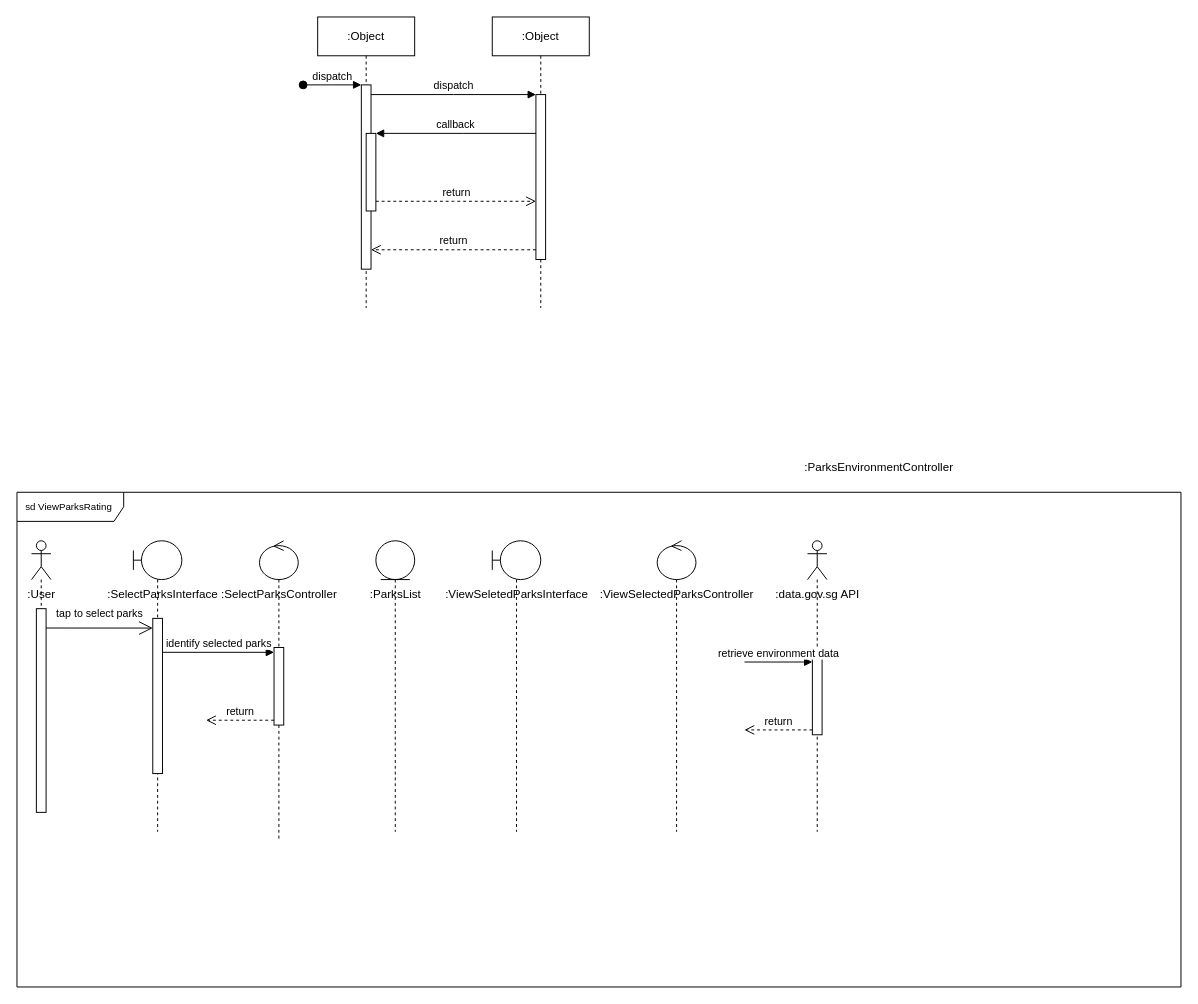
Before: sequence.drawio in tetsuri2000/sequence-diagram-temp, a draw.io diagram. Source tidied: cells renumbered, new cells numbered last; positions are measured from the earlier drawing's top-left corner, leaving out a move shared by most shapes. Both pictures are drawn from the tidied source at 97%, with x=0, y=0 at pixel (16, 16).
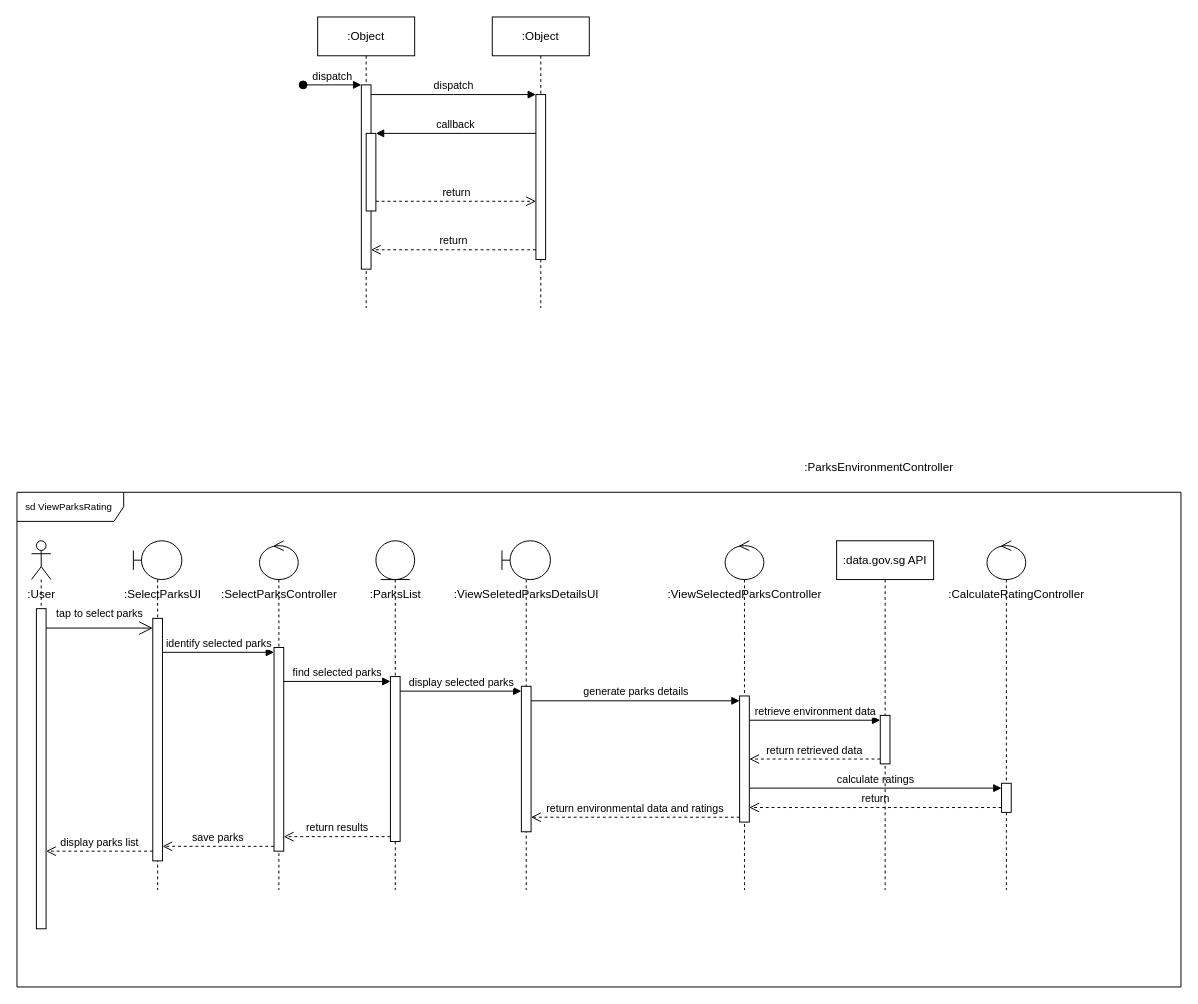
The same page after the edit.

The edit, as a diff of the source:
```diff
@@
     <mxCell id="13" style="shape=umlLifeline;perimeter=lifelinePerimeter;whiteSpace=wrap;html=1;newEdgeStyle={&quot;curved&quot;:0,&quot;rounded&quot;:0};participant=umlActor;" parent="1" vertex="1">
-      <mxGeometry x="15" y="540" width="20" height="280" as="geometry" />
+      <mxGeometry x="15" y="540" width="20" height="400" as="geometry" />
     </mxCell>
     <mxCell id="14" style="html=1;points=[[0,0,0,0,5],[0,1,0,0,-5],[1,0,0,0,5],[1,1,0,0,-5]];perimeter=orthogonalPerimeter;outlineConnect=0;targetShapes=umlLifeline;portConstraint=eastwest;newEdgeStyle={&quot;curved&quot;:0,&quot;rounded&quot;:0};" parent="13" vertex="1">
-      <mxGeometry x="5" y="70" width="10" height="210" as="geometry" />
+      <mxGeometry x="5" y="70" width="10" height="330" as="geometry" />
     </mxCell>
     <mxCell id="15" style="shape=umlLifeline;perimeter=lifelinePerimeter;whiteSpace=wrap;html=1;newEdgeStyle={&quot;curved&quot;:0,&quot;rounded&quot;:0};participant=umlBoundary;" parent="1" vertex="1">
-      <mxGeometry x="120" y="540" width="50" height="300" as="geometry" />
+      <mxGeometry x="120" y="540" width="50" height="360" as="geometry" />
     </mxCell>
     <mxCell id="16" style="html=1;points=[[0,0,0,0,5],[0,1,0,0,-5],[1,0,0,0,5],[1,1,0,0,-5]];perimeter=orthogonalPerimeter;outlineConnect=0;targetShapes=umlLifeline;portConstraint=eastwest;newEdgeStyle={&quot;curved&quot;:0,&quot;rounded&quot;:0};" parent="15" vertex="1">
-      <mxGeometry x="20" y="80" width="10" height="160" as="geometry" />
+      <mxGeometry x="20" y="80" width="10" height="250" as="geometry" />
     </mxCell>
@@
-    <mxCell id="18" value=":SelectParksInterface" style="text;html=1;align=center;verticalAlign=middle;strokeColor=none;fillColor=none;" parent="1" vertex="1">
-      <mxGeometry x="80" y="580" width="140" height="30" as="geometry" />
+    <mxCell id="18" value=":SelectParksUI" style="text;html=1;align=center;verticalAlign=middle;strokeColor=none;fillColor=none;" parent="1" vertex="1">
+      <mxGeometry x="100" y="580" width="100" height="30" as="geometry" />
     </mxCell>
     <mxCell id="19" style="shape=umlLifeline;perimeter=lifelinePerimeter;whiteSpace=wrap;html=1;newEdgeStyle={&quot;curved&quot;:0,&quot;rounded&quot;:0};participant=umlControl;size=40;" parent="1" vertex="1">
-      <mxGeometry x="250" y="540" width="40" height="310" as="geometry" />
+      <mxGeometry x="250" y="540" width="40" height="360" as="geometry" />
     </mxCell>
     <mxCell id="20" style="html=1;points=[[0,0,0,0,5],[0,1,0,0,-5],[1,0,0,0,5],[1,1,0,0,-5]];perimeter=orthogonalPerimeter;outlineConnect=0;targetShapes=umlLifeline;portConstraint=eastwest;newEdgeStyle={&quot;curved&quot;:0,&quot;rounded&quot;:0};" parent="19" vertex="1">
-      <mxGeometry x="15" y="110" width="10" height="80" as="geometry" />
+      <mxGeometry x="15" y="110" width="10" height="210" as="geometry" />
     </mxCell>
-    <mxCell id="21" value="return" style="html=1;verticalAlign=bottom;endArrow=open;dashed=1;endSize=8;curved=0;rounded=0;exitX=0;exitY=1;exitDx=0;exitDy=-5;" parent="19" edge="1" source="20">
-      <mxGeometry relative="1" as="geometry">
-        <mxPoint x="-55" y="185" as="targetPoint" />
-      </mxGeometry>
-    </mxCell>
-    <mxCell id="22" value=":data.gov.sg API" style="text;html=1;align=center;verticalAlign=middle;strokeColor=none;fillColor=none;" parent="1" vertex="1">
-      <mxGeometry x="770" y="580" width="110" height="30" as="geometry" />
-    </mxCell>
-    <mxCell id="23" style="shape=umlLifeline;perimeter=lifelinePerimeter;whiteSpace=wrap;html=1;newEdgeStyle={&quot;curved&quot;:0,&quot;rounded&quot;:0};participant=umlActor;" parent="1" vertex="1">
-      <mxGeometry x="815" y="540" width="20" height="300" as="geometry" />
-    </mxCell>
-    <mxCell id="24" style="html=1;points=[[0,0,0,0,5],[0,1,0,0,-5],[1,0,0,0,5],[1,1,0,0,-5]];perimeter=orthogonalPerimeter;outlineConnect=0;targetShapes=umlLifeline;portConstraint=eastwest;newEdgeStyle={&quot;curved&quot;:0,&quot;rounded&quot;:0};" parent="23" vertex="1">
-      <mxGeometry x="5" y="120" width="10" height="80" as="geometry" />
-    </mxCell>
-    <mxCell id="25" value="retrieve environment data" style="html=1;verticalAlign=bottom;endArrow=block;curved=0;rounded=0;entryX=0;entryY=0;entryDx=0;entryDy=5;" parent="23" edge="1" target="24">
-      <mxGeometry relative="1" as="geometry">
-        <mxPoint x="-65" y="125" as="sourcePoint" />
-      </mxGeometry>
-    </mxCell>
-    <mxCell id="26" value="return" style="html=1;verticalAlign=bottom;endArrow=open;dashed=1;endSize=8;curved=0;rounded=0;exitX=0;exitY=1;exitDx=0;exitDy=-5;" parent="23" edge="1" source="24">
-      <mxGeometry relative="1" as="geometry">
-        <mxPoint x="-65" y="195" as="targetPoint" />
-      </mxGeometry>
-    </mxCell>
@@
     <mxCell id="30" style="shape=umlLifeline;perimeter=lifelinePerimeter;whiteSpace=wrap;html=1;newEdgeStyle={&quot;curved&quot;:0,&quot;rounded&quot;:0};participant=umlEntity;" parent="1" vertex="1">
-      <mxGeometry x="370" y="540" width="40" height="300" as="geometry" />
+      <mxGeometry x="370" y="540" width="40" height="360" as="geometry" />
     </mxCell>
+    <mxCell id="38" style="html=1;points=[[0,0,0,0,5],[0,1,0,0,-5],[1,0,0,0,5],[1,1,0,0,-5]];perimeter=orthogonalPerimeter;outlineConnect=0;targetShapes=umlLifeline;portConstraint=eastwest;newEdgeStyle={&quot;curved&quot;:0,&quot;rounded&quot;:0};" parent="30" vertex="1">
+      <mxGeometry x="15" y="140" width="10" height="170" as="geometry" />
+    </mxCell>
@@
     <mxCell id="32" style="shape=umlLifeline;perimeter=lifelinePerimeter;whiteSpace=wrap;html=1;newEdgeStyle={&quot;curved&quot;:0,&quot;rounded&quot;:0};participant=umlBoundary;" parent="1" vertex="1">
-      <mxGeometry x="490" y="540" width="50" height="300" as="geometry" />
+      <mxGeometry x="500" y="540" width="50" height="360" as="geometry" />
     </mxCell>
+    <mxCell id="39" style="html=1;points=[[0,0,0,0,5],[0,1,0,0,-5],[1,0,0,0,5],[1,1,0,0,-5]];perimeter=orthogonalPerimeter;outlineConnect=0;targetShapes=umlLifeline;portConstraint=eastwest;newEdgeStyle={&quot;curved&quot;:0,&quot;rounded&quot;:0};" parent="32" vertex="1">
+      <mxGeometry x="20" y="150" width="10" height="150" as="geometry" />
+    </mxCell>
-    <mxCell id="33" value=":ViewSeletedParksInterface" style="text;html=1;align=center;verticalAlign=middle;strokeColor=none;fillColor=none;" parent="1" vertex="1">
-      <mxGeometry x="430" y="580" width="170" height="30" as="geometry" />
+    <mxCell id="33" value=":ViewSeletedParksDetailsUI" style="text;html=1;align=center;verticalAlign=middle;strokeColor=none;fillColor=none;" parent="1" vertex="1">
+      <mxGeometry x="440" y="580" width="170" height="30" as="geometry" />
     </mxCell>
     <mxCell id="34" style="shape=umlLifeline;perimeter=lifelinePerimeter;whiteSpace=wrap;html=1;newEdgeStyle={&quot;curved&quot;:0,&quot;rounded&quot;:0};participant=umlControl;" parent="1" vertex="1">
-      <mxGeometry x="660" y="540" width="40" height="300" as="geometry" />
+      <mxGeometry x="730" y="540" width="40" height="360" as="geometry" />
     </mxCell>
+    <mxCell id="40" style="html=1;points=[[0,0,0,0,5],[0,1,0,0,-5],[1,0,0,0,5],[1,1,0,0,-5]];perimeter=orthogonalPerimeter;outlineConnect=0;targetShapes=umlLifeline;portConstraint=eastwest;newEdgeStyle={&quot;curved&quot;:0,&quot;rounded&quot;:0};" parent="34" vertex="1">
+      <mxGeometry x="15" y="160" width="10" height="130" as="geometry" />
+    </mxCell>
     <mxCell id="35" value=":ViewSelectedParksController" style="text;html=1;align=center;verticalAlign=middle;strokeColor=none;fillColor=none;" parent="1" vertex="1">
-      <mxGeometry x="590" y="580" width="180" height="30" as="geometry" />
+      <mxGeometry x="660" y="580" width="180" height="30" as="geometry" />
     </mxCell>
-    <mxCell id="36" style="endArrow=open;endFill=1;endSize=12;html=1;rounded=0;exitX=1;exitY=0.095;exitDx=0;exitDy=0;exitPerimeter=0;" parent="1" edge="1" source="14">
+    <mxCell id="36" style="endArrow=open;endFill=1;endSize=12;html=1;rounded=0;" parent="1" edge="1" source="14">
       <mxGeometry relative="1" as="geometry">
         <mxPoint x="140" y="630" as="targetPoint" />
       </mxGeometry>
     </mxCell>
@@
+    <mxCell id="41" style="shape=umlLifeline;perimeter=lifelinePerimeter;whiteSpace=wrap;html=1;newEdgeStyle={&quot;curved&quot;:0,&quot;rounded&quot;:0};participant=umlControl;" parent="1" vertex="1">
+      <mxGeometry x="1000" y="540" width="40" height="360" as="geometry" />
+    </mxCell>
+    <mxCell id="42" style="html=1;points=[[0,0,0,0,5],[0,1,0,0,-5],[1,0,0,0,5],[1,1,0,0,-5]];perimeter=orthogonalPerimeter;outlineConnect=0;targetShapes=umlLifeline;portConstraint=eastwest;newEdgeStyle={&quot;curved&quot;:0,&quot;rounded&quot;:0};" parent="41" vertex="1">
+      <mxGeometry x="15" y="250" width="10" height="30" as="geometry" />
+    </mxCell>
+    <mxCell id="43" value=":CalculateRatingController" style="text;html=1;align=center;verticalAlign=middle;strokeColor=none;fillColor=none;" parent="1" vertex="1">
+      <mxGeometry x="950" y="580" width="160" height="30" as="geometry" />
+    </mxCell>
+    <mxCell id="26" value="return retrieved data" style="html=1;verticalAlign=bottom;endArrow=open;dashed=1;endSize=8;curved=0;rounded=0;exitX=0;exitY=1;exitDx=0;exitDy=-5;" parent="1" edge="1" target="40">
+      <mxGeometry relative="1" as="geometry">
+        <mxPoint x="890" y="765" as="sourcePoint" />
+      </mxGeometry>
+    </mxCell>
+    <mxCell id="25" value="retrieve environment data" style="html=1;verticalAlign=bottom;endArrow=block;curved=0;rounded=0;entryX=0;entryY=0;entryDx=0;entryDy=5;" parent="1" edge="1" source="40">
+      <mxGeometry relative="1" as="geometry">
+        <mxPoint x="890" y="725" as="targetPoint" />
+      </mxGeometry>
+    </mxCell>
+    <mxCell id="44" value="display parks list" style="html=1;verticalAlign=bottom;endArrow=open;dashed=1;endSize=8;curved=0;rounded=0;exitX=0;exitY=1;exitDx=0;exitDy=-5;" parent="1" edge="1">
+      <mxGeometry relative="1" as="geometry">
+        <mxPoint x="140" y="860" as="sourcePoint" />
+        <mxPoint x="30" y="860" as="targetPoint" />
+      </mxGeometry>
+    </mxCell>
+    <mxCell id="21" value="save parks" style="html=1;verticalAlign=bottom;endArrow=open;dashed=1;endSize=8;curved=0;rounded=0;exitX=0;exitY=1;exitDx=0;exitDy=-5;" parent="1" edge="1" source="20" target="16">
+      <mxGeometry relative="1" as="geometry" />
+    </mxCell>
+    <mxCell id="45" value="find selected parks" style="html=1;verticalAlign=bottom;endArrow=block;curved=0;rounded=0;entryX=0;entryY=0;entryDx=0;entryDy=5;" parent="1" edge="1" source="20" target="38">
+      <mxGeometry relative="1" as="geometry" />
+    </mxCell>
+    <mxCell id="46" value="return results" style="html=1;verticalAlign=bottom;endArrow=open;dashed=1;endSize=8;curved=0;rounded=0;exitX=0;exitY=1;exitDx=0;exitDy=-5;" parent="1" edge="1" source="38" target="20">
+      <mxGeometry relative="1" as="geometry" />
+    </mxCell>
+    <mxCell id="47" value="generate parks details" style="html=1;verticalAlign=bottom;endArrow=block;curved=0;rounded=0;entryX=0;entryY=0;entryDx=0;entryDy=5;" parent="1" edge="1" source="39" target="40">
+      <mxGeometry relative="1" as="geometry" />
+    </mxCell>
+    <mxCell id="48" value="return environmental data and ratings" style="html=1;verticalAlign=bottom;endArrow=open;dashed=1;endSize=8;curved=0;rounded=0;exitX=0;exitY=1;exitDx=0;exitDy=-5;" parent="1" edge="1" source="40" target="39">
+      <mxGeometry relative="1" as="geometry" />
+    </mxCell>
+    <mxCell id="49" value="display selected parks" style="html=1;verticalAlign=bottom;endArrow=block;curved=0;rounded=0;entryX=0;entryY=0;entryDx=0;entryDy=5;" parent="1" edge="1" source="38" target="39">
+      <mxGeometry relative="1" as="geometry" />
+    </mxCell>
+    <mxCell id="50" value="calculate ratings" style="html=1;verticalAlign=bottom;endArrow=block;curved=0;rounded=0;entryX=0;entryY=0;entryDx=0;entryDy=5;" parent="1" edge="1" source="40" target="42">
+      <mxGeometry relative="1" as="geometry" />
+    </mxCell>
+    <mxCell id="51" value="return" style="html=1;verticalAlign=bottom;endArrow=open;dashed=1;endSize=8;curved=0;rounded=0;exitX=0;exitY=1;exitDx=0;exitDy=-5;" parent="1" edge="1" source="42" target="40">
+      <mxGeometry relative="1" as="geometry" />
+    </mxCell>
+    <mxCell id="22" value="&lt;span style=&quot;text-wrap-mode: nowrap;&quot;&gt;:data.gov.sg API&lt;/span&gt;" style="shape=umlLifeline;perimeter=lifelinePerimeter;whiteSpace=wrap;html=1;newEdgeStyle={&quot;curved&quot;:0,&quot;rounded&quot;:0};" parent="1" vertex="1">
+      <mxGeometry x="845" y="540" width="100" height="360" as="geometry" />
+    </mxCell>
+    <mxCell id="52" style="html=1;perimeter=orthogonalPerimeter;targetShapes=umlLifeline;newEdgeStyle={&quot;curved&quot;:0,&quot;rounded&quot;:0};" parent="22" vertex="1">
+      <mxGeometry x="45" y="180" width="10" height="50" as="geometry" />
+    </mxCell>
```
